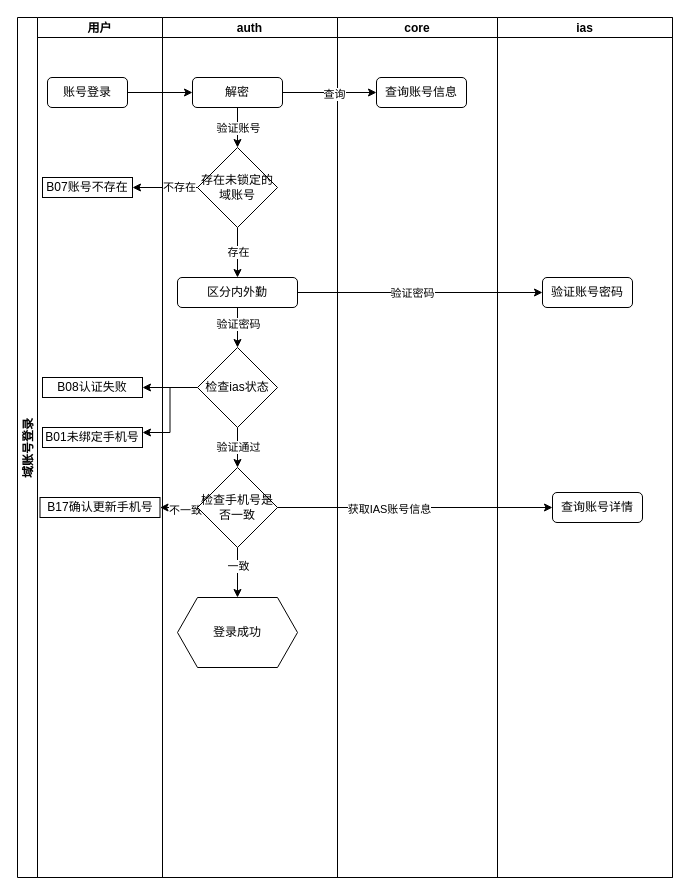
rainerpiao/cloud-computing keeps this draw.io diagram as page "账号登录流程" (1 of 2) of 域账号登录流程.drawio. Above is the earlier version. Source tidied: cells renumbered, new cells numbered last; positions are measured from the earlier drawing's top-left corner, leaving out a move shared by most shapes. Both pictures are drawn from the tidied source at 100%, with x=0, y=0 at pixel (17, 17).
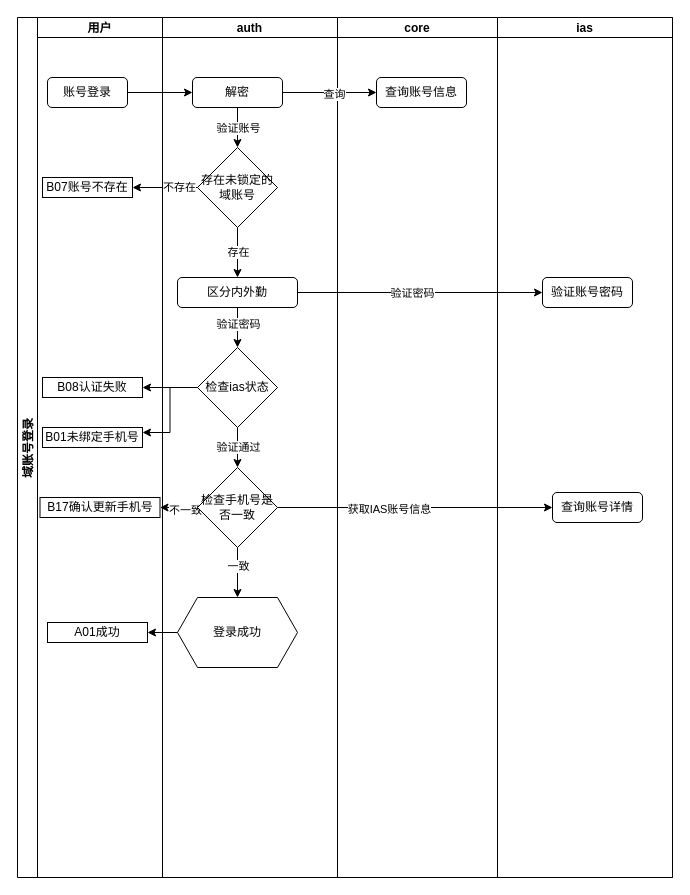
Above is the later version.

Commit message:
智学365各个登录流程.drawio

Unchanged cells that the change refers to:
```xml
<mxCell id="2" value="域账号登录" style="swimlane;startSize=20;horizontal=0;fixedHeader=0;" parent="1" vertex="1">
  <mxGeometry width="655" height="860" as="geometry" />
</mxCell>
<mxCell id="3" value="用户" style="swimlane;startSize=20;strokeColor=default;align=center;verticalAlign=middle;fontFamily=Helvetica;fontSize=12;fontColor=default;fontStyle=1;fillColor=default;" parent="2" vertex="1">
  <mxGeometry x="20" width="125" height="860" as="geometry" />
</mxCell>
<mxCell id="34" value="登录成功" style="shape=hexagon;perimeter=hexagonPerimeter2;whiteSpace=wrap;html=1;shapeInside=1;fixedSize=1;" parent="18" vertex="1">
  <mxGeometry x="15" y="580" width="120" height="70" as="geometry" />
</mxCell>
```

Change to the diagram source:
```diff
@@
+    <mxCell id="44" value="A01成功" style="rounded=0;whiteSpace=wrap;html=1;" parent="3" vertex="1">
+      <mxGeometry x="10" y="605" width="100" height="20" as="geometry" />
+    </mxCell>
@@
+    <mxCell id="45" style="edgeStyle=orthogonalEdgeStyle;rounded=0;jettySize=auto;html=1;entryX=1;entryY=0.5;entryDx=0;entryDy=0;" parent="2" edge="1" source="34" target="44">
+      <mxGeometry relative="1" as="geometry" />
+    </mxCell>
```
